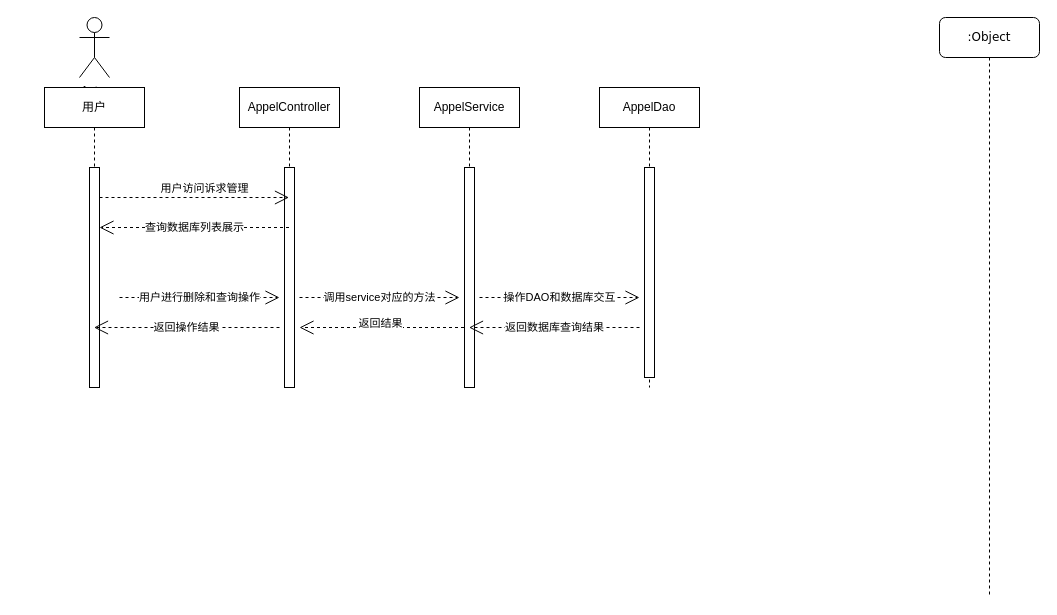
The draw.io diagram page "Page-1" (1 of 2) of 诉求序列图.drawio in zhouxuemin66/Chat2DB, before the edit. Source tidied: cells renumbered, new cells numbered last; positions are measured from the earlier drawing's top-left corner, leaving out a move shared by most shapes. Both pictures are drawn from the tidied source at 100%, with x=0, y=0 at pixel (24, 17).
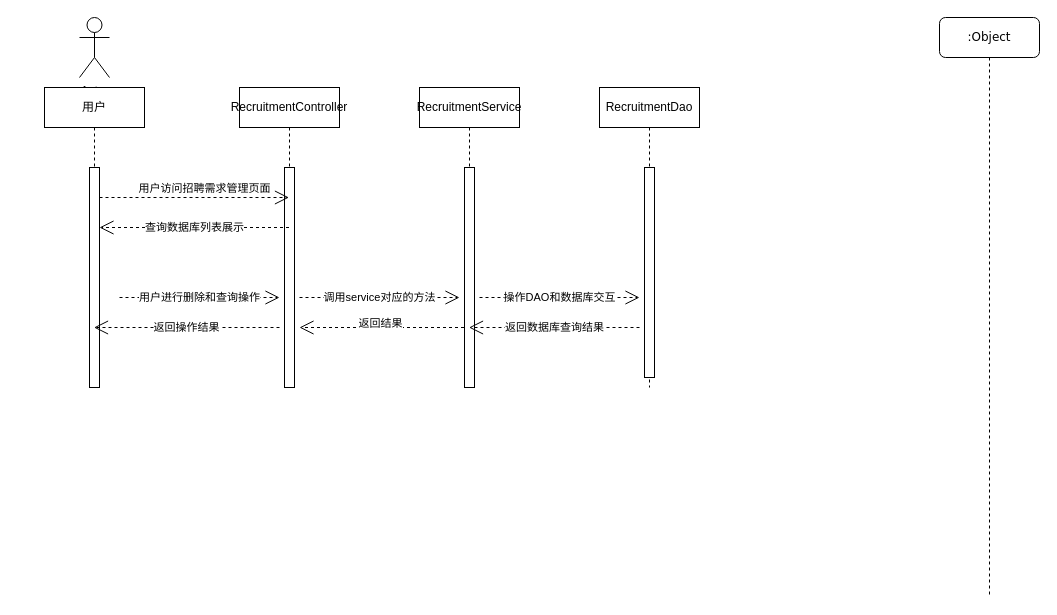
The same page after the edit.

Unchanged cells that the change refers to:
```xml
<mxCell id="10" style="endArrow=open;endSize=12;dashed=1;html=1;rounded=0;" parent="1" edge="1">
  <mxGeometry relative="1" as="geometry">
    <mxPoint x="75" y="180" as="sourcePoint" />
    <mxPoint x="264.5" y="180" as="targetPoint" />
  </mxGeometry>
</mxCell>
```

Diff of the diagram source:
```diff
@@
-    <mxCell id="8" value="AppelController" style="shape=umlLifeline;perimeter=lifelinePerimeter;whiteSpace=wrap;html=1;outlineConnect=0;portConstraint=eastwest;newEdgeStyle={&quot;edgeStyle&quot;:&quot;elbowEdgeStyle&quot;,&quot;elbow&quot;:&quot;vertical&quot;,&quot;curved&quot;:0,&quot;rounded&quot;:0};" parent="1" vertex="1">
+    <mxCell id="8" value="RecruitmentController" style="shape=umlLifeline;perimeter=lifelinePerimeter;whiteSpace=wrap;html=1;outlineConnect=0;portConstraint=eastwest;newEdgeStyle={&quot;edgeStyle&quot;:&quot;elbowEdgeStyle&quot;,&quot;elbow&quot;:&quot;vertical&quot;,&quot;curved&quot;:0,&quot;rounded&quot;:0};" parent="1" vertex="1">
       <mxGeometry x="215" y="70" width="100" height="300" as="geometry" />
     </mxCell>
@@
-    <mxCell id="11" value="用户访问诉求管理" style="edgeLabel;html=1;align=center;verticalAlign=middle;" parent="10" vertex="1">
+    <mxCell id="11" value="用户访问招聘需求管理页面" style="edgeLabel;html=1;align=center;verticalAlign=middle;" parent="10" vertex="1">
       <mxGeometry x="-0.06" y="-1" relative="1" as="geometry">
         <mxPoint x="15" y="-11" as="offset" />
       </mxGeometry>
     </mxCell>
@@
-    <mxCell id="14" value="AppelService" style="shape=umlLifeline;perimeter=lifelinePerimeter;whiteSpace=wrap;html=1;outlineConnect=0;portConstraint=eastwest;newEdgeStyle={&quot;edgeStyle&quot;:&quot;elbowEdgeStyle&quot;,&quot;elbow&quot;:&quot;vertical&quot;,&quot;curved&quot;:0,&quot;rounded&quot;:0};" parent="1" vertex="1">
+    <mxCell id="14" value="RecruitmentService" style="shape=umlLifeline;perimeter=lifelinePerimeter;whiteSpace=wrap;html=1;outlineConnect=0;portConstraint=eastwest;newEdgeStyle={&quot;edgeStyle&quot;:&quot;elbowEdgeStyle&quot;,&quot;elbow&quot;:&quot;vertical&quot;,&quot;curved&quot;:0,&quot;rounded&quot;:0};" parent="1" vertex="1">
       <mxGeometry x="395" y="70" width="100" height="300" as="geometry" />
     </mxCell>
@@
-    <mxCell id="16" value="AppelDao" style="shape=umlLifeline;perimeter=lifelinePerimeter;whiteSpace=wrap;html=1;newEdgeStyle={&quot;edgeStyle&quot;:&quot;elbowEdgeStyle&quot;,&quot;elbow&quot;:&quot;vertical&quot;,&quot;curved&quot;:0,&quot;rounded&quot;:0};" parent="1" vertex="1">
+    <mxCell id="16" value="RecruitmentDao" style="shape=umlLifeline;perimeter=lifelinePerimeter;whiteSpace=wrap;html=1;newEdgeStyle={&quot;edgeStyle&quot;:&quot;elbowEdgeStyle&quot;,&quot;elbow&quot;:&quot;vertical&quot;,&quot;curved&quot;:0,&quot;rounded&quot;:0};" parent="1" vertex="1">
       <mxGeometry x="575" y="70" width="100" height="300" as="geometry" />
     </mxCell>
```
